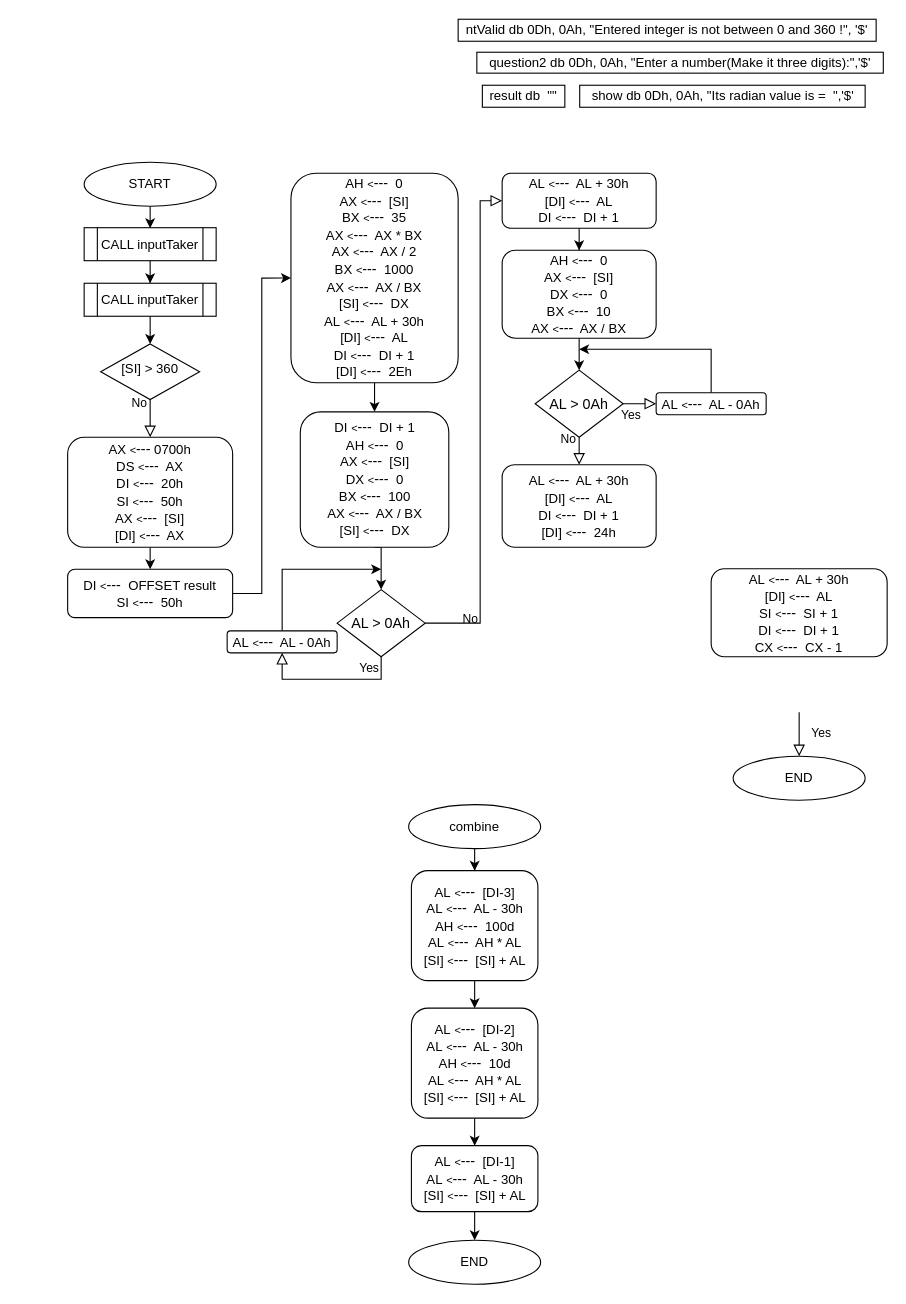
The draw.io diagram finalQ5.drawio in mmuurraatt/My-Projects-On-Github, before the edit. Source tidied: cells renumbered, new cells numbered last; positions are measured from the earlier drawing's top-left corner, leaving out a move shared by most shapes. Both pictures are drawn from the tidied source at 110%, with x=0, y=0 at pixel (67, 19).
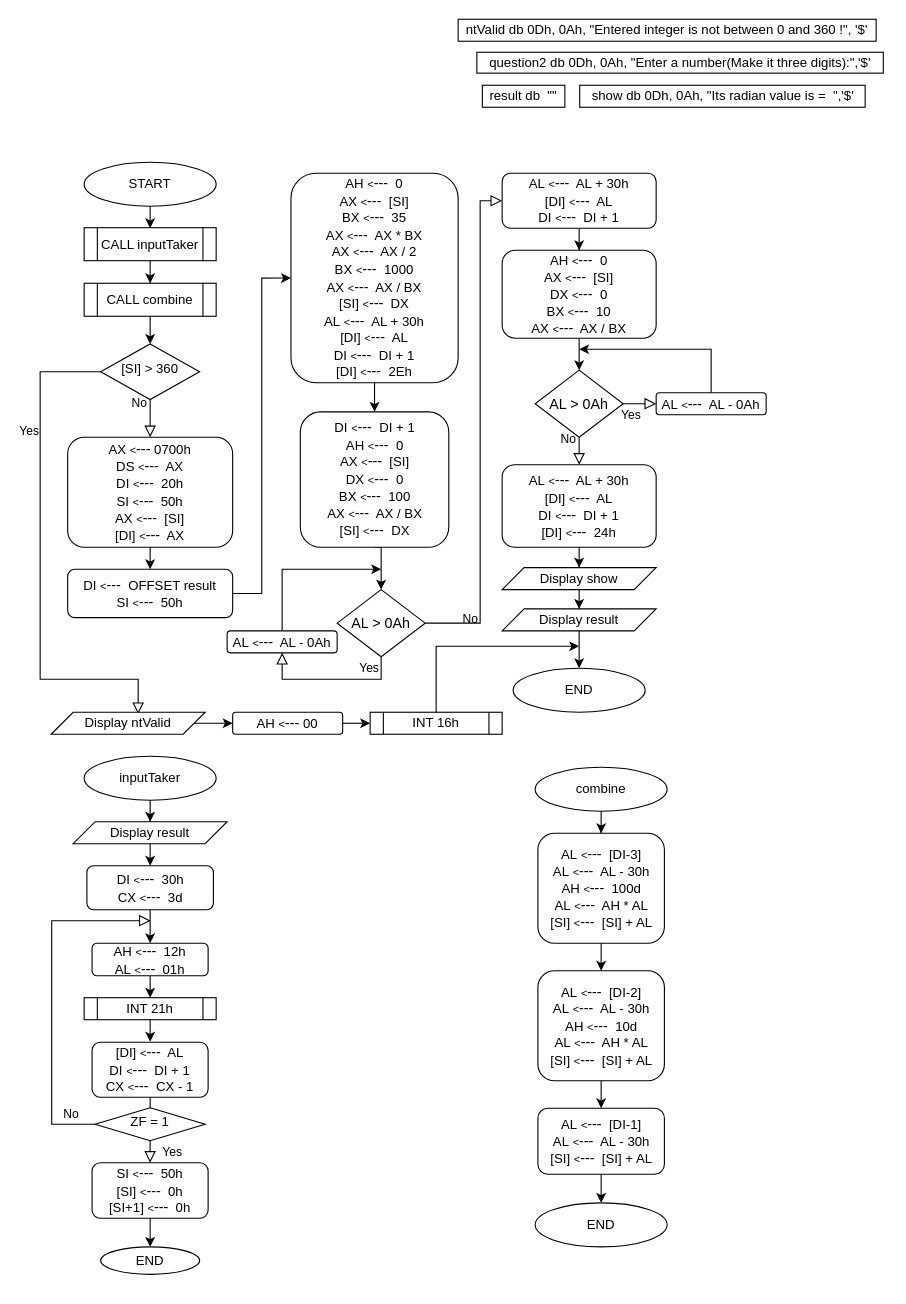
After the change.

Unchanged cells that the change refers to:
```xml
<mxCell id="5" value="[SI] &amp;gt; 360" style="rhombus;whiteSpace=wrap;html=1;shadow=0;fontFamily=Helvetica;fontSize=12;align=center;strokeWidth=1;spacing=6;spacingTop=-4;" parent="1" vertex="1">
  <mxGeometry x="30" y="295.2" width="90" height="50.5" as="geometry" />
</mxCell>
<mxCell id="51" value="&lt;span style=&quot;font-size: 12px&quot;&gt;AL&amp;nbsp;&lt;/span&gt;&lt;font style=&quot;font-size: 10px&quot;&gt;&amp;lt;&lt;/font&gt;&lt;font&gt;---&lt;/font&gt;&lt;span style=&quot;font-size: 12px&quot;&gt;&amp;nbsp; AL + 30h&lt;/span&gt;&lt;br style=&quot;font-size: 12px&quot;&gt;&lt;span style=&quot;font-size: 12px&quot;&gt;[DI]&amp;nbsp;&lt;/span&gt;&lt;font style=&quot;font-size: 10px&quot;&gt;&amp;lt;&lt;/font&gt;&lt;font&gt;---&lt;/font&gt;&lt;span style=&quot;font-size: 12px&quot;&gt;&amp;nbsp; AL&lt;/span&gt;&lt;br style=&quot;font-size: 12px&quot;&gt;&lt;span style=&quot;font-size: 12px&quot;&gt;DI&amp;nbsp;&lt;/span&gt;&lt;font style=&quot;font-size: 10px&quot;&gt;&amp;lt;&lt;/font&gt;&lt;font&gt;---&lt;/font&gt;&lt;span style=&quot;font-size: 12px&quot;&gt;&amp;nbsp; DI + 1&lt;br&gt;&lt;/span&gt;&lt;span style=&quot;font-size: 12px;&quot;&gt;[DI]&amp;nbsp;&lt;/span&gt;&lt;font style=&quot;font-size: 10px;&quot;&gt;&amp;lt;&lt;/font&gt;---&lt;span style=&quot;font-size: 12px;&quot;&gt;&amp;nbsp; 24h&lt;/span&gt;&lt;span style=&quot;font-size: 12px&quot;&gt;&lt;br&gt;&lt;/span&gt;" style="rounded=1;whiteSpace=wrap;html=1;fontSize=13;" parent="1" vertex="1">
  <mxGeometry x="395" y="405" width="140" height="75" as="geometry" />
</mxCell>
```

Change to the diagram source:
```diff
@@
     <mxCell id="11" value="END" style="ellipse;whiteSpace=wrap;html=1;" parent="1" vertex="1">
-      <mxGeometry x="605" y="670" width="120" height="40" as="geometry" />
+      <mxGeometry x="405" y="590" width="120" height="40" as="geometry" />
     </mxCell>
@@
     <mxCell id="17" style="edgeStyle=orthogonalEdgeStyle;rounded=0;orthogonalLoop=1;jettySize=auto;html=1;exitX=0.5;exitY=1;exitDx=0;exitDy=0;fontSize=9;" parent="1" edge="1">
       <mxGeometry relative="1" as="geometry">
-        <mxPoint x="90" y="701.1" as="sourcePoint" />
-        <mxPoint x="90" y="701.1" as="targetPoint" />
+        <mxPoint x="30.5" y="680.6" as="sourcePoint" />
+        <mxPoint x="30.5" y="680.6" as="targetPoint" />
       </mxGeometry>
     </mxCell>
@@
-    <mxCell id="22" value="&lt;span style=&quot;font-size: 12px&quot;&gt;AL&amp;nbsp;&lt;/span&gt;&lt;font style=&quot;font-size: 10px&quot;&gt;&amp;lt;&lt;/font&gt;&lt;font&gt;---&lt;/font&gt;&lt;span style=&quot;font-size: 12px&quot;&gt;&amp;nbsp; AL + 30h&lt;/span&gt;&lt;br style=&quot;font-size: 12px&quot;&gt;&lt;span style=&quot;font-size: 12px&quot;&gt;[DI]&amp;nbsp;&lt;/span&gt;&lt;font style=&quot;font-size: 10px&quot;&gt;&amp;lt;&lt;/font&gt;&lt;font&gt;---&lt;/font&gt;&lt;span style=&quot;font-size: 12px&quot;&gt;&amp;nbsp; AL&lt;/span&gt;&lt;br style=&quot;font-size: 12px&quot;&gt;&lt;span style=&quot;font-size: 12px&quot;&gt;SI&amp;nbsp;&lt;/span&gt;&lt;font style=&quot;font-size: 10px&quot;&gt;&amp;lt;&lt;/font&gt;&lt;font&gt;---&lt;/font&gt;&lt;span style=&quot;font-size: 12px&quot;&gt;&amp;nbsp; SI + 1&lt;/span&gt;&lt;br style=&quot;font-size: 12px&quot;&gt;&lt;span style=&quot;font-size: 12px&quot;&gt;DI&amp;nbsp;&lt;/span&gt;&lt;font style=&quot;font-size: 10px&quot;&gt;&amp;lt;&lt;/font&gt;&lt;font&gt;---&lt;/font&gt;&lt;span style=&quot;font-size: 12px&quot;&gt;&amp;nbsp; DI + 1&lt;/span&gt;&lt;br style=&quot;font-size: 12px&quot;&gt;&lt;span style=&quot;font-size: 12px&quot;&gt;CX&amp;nbsp;&lt;/span&gt;&lt;font style=&quot;font-size: 10px&quot;&gt;&amp;lt;&lt;/font&gt;&lt;font&gt;---&lt;/font&gt;&lt;span style=&quot;font-size: 12px&quot;&gt;&amp;nbsp; CX - 1&lt;/span&gt;" style="rounded=1;whiteSpace=wrap;html=1;fontSize=13;" parent="1" vertex="1">
-      <mxGeometry x="585" y="499.5" width="160" height="80" as="geometry" />
-    </mxCell>
-    <mxCell id="23" value="Yes" style="rounded=0;html=1;jettySize=auto;fontSize=11;endArrow=block;endFill=0;endSize=8;strokeWidth=1;shadow=0;labelBackgroundColor=none;edgeStyle=orthogonalEdgeStyle;entryX=0.5;entryY=0;entryDx=0;entryDy=0;exitX=0.5;exitY=1;exitDx=0;exitDy=0;" parent="1" edge="1" target="11">
-      <mxGeometry x="-0.03" y="20" relative="1" as="geometry">
-        <mxPoint x="665" y="630" as="sourcePoint" />
-        <Array as="points">
-          <mxPoint x="665" y="660" />
-          <mxPoint x="665" y="660" />
-        </Array>
-      </mxGeometry>
-    </mxCell>
@@
     <mxCell id="25" value="combine" style="ellipse;whiteSpace=wrap;html=1;" parent="1" vertex="1">
-      <mxGeometry x="310" y="714" width="120" height="40" as="geometry" />
+      <mxGeometry x="425" y="680" width="120" height="40" as="geometry" />
     </mxCell>
@@
     <mxCell id="27" value="AL&amp;nbsp;&lt;font style=&quot;font-size: 10px&quot;&gt;&amp;lt;&lt;/font&gt;&lt;font style=&quot;font-size: 13px&quot;&gt;---&lt;/font&gt;&amp;nbsp; [DI-3]&lt;br&gt;AL&amp;nbsp;&lt;font style=&quot;font-size: 10px&quot;&gt;&amp;lt;&lt;/font&gt;&lt;font style=&quot;font-size: 13px&quot;&gt;---&lt;/font&gt;&amp;nbsp; AL - 30h&lt;br&gt;AH&amp;nbsp;&lt;font style=&quot;font-size: 10px&quot;&gt;&amp;lt;&lt;/font&gt;&lt;font style=&quot;font-size: 13px&quot;&gt;---&lt;/font&gt;&amp;nbsp; 100d&lt;br&gt;AL&amp;nbsp;&lt;font style=&quot;font-size: 10px&quot;&gt;&amp;lt;&lt;/font&gt;&lt;font style=&quot;font-size: 13px&quot;&gt;---&lt;/font&gt;&amp;nbsp; AH * AL&lt;br&gt;[SI]&amp;nbsp;&lt;font style=&quot;font-size: 10px&quot;&gt;&amp;lt;&lt;/font&gt;&lt;font style=&quot;font-size: 13px&quot;&gt;---&lt;/font&gt;&amp;nbsp; [SI] + AL" style="rounded=1;whiteSpace=wrap;html=1;fontSize=12;glass=0;strokeWidth=1;shadow=0;" parent="1" vertex="1">
-      <mxGeometry x="312.5" y="774" width="115" height="100" as="geometry" />
+      <mxGeometry x="427.5" y="740" width="115" height="100" as="geometry" />
     </mxCell>
@@
     <mxCell id="29" value="AL&amp;nbsp;&lt;font style=&quot;font-size: 10px&quot;&gt;&amp;lt;&lt;/font&gt;&lt;font style=&quot;font-size: 13px&quot;&gt;---&lt;/font&gt;&amp;nbsp; [DI-2]&lt;br&gt;AL&amp;nbsp;&lt;font style=&quot;font-size: 10px&quot;&gt;&amp;lt;&lt;/font&gt;&lt;font style=&quot;font-size: 13px&quot;&gt;---&lt;/font&gt;&amp;nbsp; AL - 30h&lt;br&gt;AH&amp;nbsp;&lt;font style=&quot;font-size: 10px&quot;&gt;&amp;lt;&lt;/font&gt;&lt;font style=&quot;font-size: 13px&quot;&gt;---&lt;/font&gt;&amp;nbsp; 10d&lt;br&gt;AL&amp;nbsp;&lt;font style=&quot;font-size: 10px&quot;&gt;&amp;lt;&lt;/font&gt;&lt;font style=&quot;font-size: 13px&quot;&gt;---&lt;/font&gt;&amp;nbsp; AH * AL&lt;br&gt;[SI]&amp;nbsp;&lt;font style=&quot;font-size: 10px&quot;&gt;&amp;lt;&lt;/font&gt;&lt;font style=&quot;font-size: 13px&quot;&gt;---&lt;/font&gt;&amp;nbsp; [SI] + AL" style="rounded=1;whiteSpace=wrap;html=1;fontSize=12;glass=0;strokeWidth=1;shadow=0;" parent="1" vertex="1">
-      <mxGeometry x="312.5" y="899" width="115" height="100" as="geometry" />
+      <mxGeometry x="427.5" y="865" width="115" height="100" as="geometry" />
     </mxCell>
@@
     <mxCell id="31" value="AL&amp;nbsp;&lt;font style=&quot;font-size: 10px&quot;&gt;&amp;lt;&lt;/font&gt;&lt;font style=&quot;font-size: 13px&quot;&gt;---&lt;/font&gt;&amp;nbsp; [DI-1]&lt;br&gt;AL&amp;nbsp;&lt;font style=&quot;font-size: 10px&quot;&gt;&amp;lt;&lt;/font&gt;&lt;font style=&quot;font-size: 13px&quot;&gt;---&lt;/font&gt;&amp;nbsp; AL - 30h&lt;br&gt;[SI]&amp;nbsp;&lt;font style=&quot;font-size: 10px&quot;&gt;&amp;lt;&lt;/font&gt;&lt;font style=&quot;font-size: 13px&quot;&gt;---&lt;/font&gt;&amp;nbsp; [SI] + AL" style="rounded=1;whiteSpace=wrap;html=1;fontSize=12;glass=0;strokeWidth=1;shadow=0;" parent="1" vertex="1">
-      <mxGeometry x="312.5" y="1024" width="115" height="60" as="geometry" />
+      <mxGeometry x="427.5" y="990" width="115" height="60" as="geometry" />
     </mxCell>
     <mxCell id="32" value="END" style="ellipse;whiteSpace=wrap;html=1;" parent="1" vertex="1">
-      <mxGeometry x="310" y="1110" width="120" height="40" as="geometry" />
+      <mxGeometry x="425" y="1076" width="120" height="40" as="geometry" />
     </mxCell>
@@
-    <mxCell id="40" value="CALL inputTaker" style="shape=process;whiteSpace=wrap;html=1;backgroundOutline=1;" parent="1" vertex="1">
+    <mxCell id="40" value="CALL combine" style="shape=process;whiteSpace=wrap;html=1;backgroundOutline=1;" parent="1" vertex="1">
       <mxGeometry x="15" y="240" width="120" height="30" as="geometry" />
     </mxCell>
@@
+    <mxCell id="52" style="edgeStyle=orthogonalEdgeStyle;rounded=0;jettySize=auto;html=1;entryX=0.5;entryY=0;entryDx=0;entryDy=0;" parent="1" edge="1" source="51" target="54">
+      <mxGeometry relative="1" as="geometry" />
+    </mxCell>
@@
+    <mxCell id="53" style="edgeStyle=orthogonalEdgeStyle;rounded=0;jettySize=auto;html=1;entryX=0.5;entryY=0;entryDx=0;entryDy=0;" parent="1" edge="1" source="54" target="56">
+      <mxGeometry relative="1" as="geometry" />
+    </mxCell>
+    <mxCell id="54" value="Display show" style="shape=parallelogram;perimeter=parallelogramPerimeter;whiteSpace=wrap;html=1;fixedSize=1;" parent="1" vertex="1">
+      <mxGeometry x="395" y="498.5" width="140" height="20" as="geometry" />
+    </mxCell>
+    <mxCell id="55" style="edgeStyle=orthogonalEdgeStyle;rounded=0;jettySize=auto;html=1;" parent="1" edge="1" source="56" target="11">
+      <mxGeometry relative="1" as="geometry" />
+    </mxCell>
+    <mxCell id="56" value="Display result" style="shape=parallelogram;perimeter=parallelogramPerimeter;whiteSpace=wrap;html=1;fixedSize=1;" parent="1" vertex="1">
+      <mxGeometry x="395" y="536" width="140" height="20" as="geometry" />
+    </mxCell>
+    <mxCell id="57" value="Yes" style="rounded=0;html=1;jettySize=auto;fontSize=11;endArrow=block;endFill=0;endSize=8;strokeWidth=1;shadow=0;labelBackgroundColor=none;edgeStyle=orthogonalEdgeStyle;exitX=0;exitY=0.5;exitDx=0;exitDy=0;entryX=0.565;entryY=0.084;entryDx=0;entryDy=0;entryPerimeter=0;" parent="1" edge="1" source="5" target="63">
+      <mxGeometry x="-0.52" y="-10" relative="1" as="geometry">
+        <Array as="points">
+          <mxPoint x="-25" y="321" />
+          <mxPoint x="-25" y="600" />
+          <mxPoint x="64" y="600" />
+        </Array>
+      </mxGeometry>
+    </mxCell>
+    <mxCell id="58" style="edgeStyle=orthogonalEdgeStyle;rounded=0;jettySize=auto;html=1;" parent="1" edge="1" source="59" target="61">
+      <mxGeometry relative="1" as="geometry">
+        <Array as="points">
+          <mxPoint x="285" y="640" />
+          <mxPoint x="285" y="640" />
+        </Array>
+      </mxGeometry>
+    </mxCell>
+    <mxCell id="59" value="AH&amp;nbsp;&lt;font style=&quot;font-size: 10px&quot;&gt;&amp;lt;&lt;/font&gt;&lt;font style=&quot;font-size: 13px&quot;&gt;---&lt;/font&gt;&amp;nbsp;00" style="rounded=1;whiteSpace=wrap;html=1;fontSize=12;glass=0;strokeWidth=1;shadow=0;" parent="1" vertex="1">
+      <mxGeometry x="150" y="630" width="100" height="20" as="geometry" />
+    </mxCell>
+    <mxCell id="60" style="edgeStyle=orthogonalEdgeStyle;rounded=0;jettySize=auto;html=1;" parent="1" edge="1" source="61">
+      <mxGeometry relative="1" as="geometry">
+        <mxPoint x="465" y="570" as="targetPoint" />
+        <Array as="points">
+          <mxPoint x="335" y="570" />
+        </Array>
+      </mxGeometry>
+    </mxCell>
+    <mxCell id="61" value="INT 16h" style="shape=process;whiteSpace=wrap;html=1;backgroundOutline=1;" parent="1" vertex="1">
+      <mxGeometry x="275" y="630" width="120" height="20" as="geometry" />
+    </mxCell>
+    <mxCell id="62" style="edgeStyle=orthogonalEdgeStyle;rounded=0;jettySize=auto;html=1;" parent="1" edge="1" source="63" target="59">
+      <mxGeometry relative="1" as="geometry" />
+    </mxCell>
+    <mxCell id="63" value="Display ntValid" style="shape=parallelogram;perimeter=parallelogramPerimeter;whiteSpace=wrap;html=1;fixedSize=1;" parent="1" vertex="1">
+      <mxGeometry x="-15" y="630" width="140" height="20" as="geometry" />
+    </mxCell>
+    <mxCell id="64" style="edgeStyle=orthogonalEdgeStyle;rounded=0;jettySize=auto;html=1;entryX=0.5;entryY=0;entryDx=0;entryDy=0;" parent="1" edge="1" source="65" target="81">
+      <mxGeometry relative="1" as="geometry" />
+    </mxCell>
+    <mxCell id="65" value="inputTaker" style="ellipse;whiteSpace=wrap;html=1;" parent="1" vertex="1">
+      <mxGeometry x="15" y="670" width="120" height="40" as="geometry" />
+    </mxCell>
+    <mxCell id="66" style="edgeStyle=orthogonalEdgeStyle;rounded=0;jettySize=auto;html=1;" parent="1" edge="1" source="67" target="69">
+      <mxGeometry relative="1" as="geometry" />
+    </mxCell>
+    <mxCell id="67" value="DI&amp;nbsp;&lt;font style=&quot;font-size: 10px&quot;&gt;&amp;lt;&lt;/font&gt;&lt;font style=&quot;font-size: 13px&quot;&gt;---&lt;/font&gt;&amp;nbsp; 30h&lt;br&gt;CX&amp;nbsp;&lt;font style=&quot;font-size: 10px&quot;&gt;&amp;lt;&lt;/font&gt;&lt;font style=&quot;font-size: 13px&quot;&gt;---&lt;/font&gt;&amp;nbsp; 3d" style="rounded=1;whiteSpace=wrap;html=1;fontSize=12;glass=0;strokeWidth=1;shadow=0;" parent="1" vertex="1">
+      <mxGeometry x="17.5" y="769.5" width="115" height="40" as="geometry" />
+    </mxCell>
+    <mxCell id="68" style="edgeStyle=orthogonalEdgeStyle;rounded=0;jettySize=auto;html=1;" parent="1" edge="1" source="69" target="71">
+      <mxGeometry relative="1" as="geometry" />
+    </mxCell>
+    <mxCell id="69" value="AH&amp;nbsp;&lt;font style=&quot;font-size: 10px&quot;&gt;&amp;lt;&lt;/font&gt;&lt;font style=&quot;font-size: 13px&quot;&gt;---&lt;/font&gt;&amp;nbsp; 12h&lt;br&gt;AL&amp;nbsp;&lt;font style=&quot;font-size: 10px&quot;&gt;&amp;lt;&lt;/font&gt;&lt;font style=&quot;font-size: 13px&quot;&gt;---&lt;/font&gt;&amp;nbsp; 01h" style="rounded=1;whiteSpace=wrap;html=1;fontSize=12;glass=0;strokeWidth=1;shadow=0;" parent="1" vertex="1">
+      <mxGeometry x="22.2" y="840" width="105.5" height="29.5" as="geometry" />
+    </mxCell>
+    <mxCell id="70" style="edgeStyle=orthogonalEdgeStyle;rounded=0;jettySize=auto;html=1;" parent="1" edge="1" source="71" target="73">
+      <mxGeometry relative="1" as="geometry" />
+    </mxCell>
+    <mxCell id="71" value="INT 21h" style="shape=process;whiteSpace=wrap;html=1;backgroundOutline=1;" parent="1" vertex="1">
+      <mxGeometry x="15" y="889.5" width="120" height="20" as="geometry" />
+    </mxCell>
+    <mxCell id="72" style="edgeStyle=orthogonalEdgeStyle;rounded=0;jettySize=auto;html=1;" parent="1" edge="1" source="73" target="74">
+      <mxGeometry relative="1" as="geometry" />
+    </mxCell>
+    <mxCell id="73" value="[DI]&amp;nbsp;&lt;font style=&quot;font-size: 10px&quot;&gt;&amp;lt;&lt;/font&gt;&lt;font style=&quot;font-size: 13px&quot;&gt;---&lt;/font&gt;&amp;nbsp; AL&lt;br&gt;DI&amp;nbsp;&lt;font style=&quot;font-size: 10px&quot;&gt;&amp;lt;&lt;/font&gt;&lt;font style=&quot;font-size: 13px&quot;&gt;---&lt;/font&gt;&amp;nbsp; DI + 1&lt;br&gt;CX&amp;nbsp;&lt;font style=&quot;font-size: 10px&quot;&gt;&amp;lt;&lt;/font&gt;&lt;font style=&quot;font-size: 13px&quot;&gt;---&lt;/font&gt;&amp;nbsp; CX - 1" style="rounded=1;whiteSpace=wrap;html=1;fontSize=12;glass=0;strokeWidth=1;shadow=0;" parent="1" vertex="1">
+      <mxGeometry x="22.2" y="930" width="105.5" height="50" as="geometry" />
+    </mxCell>
+    <mxCell id="74" value="ZF = 1" style="rhombus;whiteSpace=wrap;html=1;shadow=0;fontFamily=Helvetica;fontSize=12;align=center;strokeWidth=1;spacing=6;spacingTop=-4;" parent="1" vertex="1">
+      <mxGeometry x="25" y="989.5" width="100" height="30" as="geometry" />
+    </mxCell>
+    <mxCell id="75" value="Yes" style="rounded=0;html=1;jettySize=auto;fontSize=11;endArrow=block;endFill=0;endSize=8;strokeWidth=1;shadow=0;labelBackgroundColor=none;edgeStyle=orthogonalEdgeStyle;exitX=0.5;exitY=1;exitDx=0;exitDy=0;entryX=0.5;entryY=0;entryDx=0;entryDy=0;" parent="1" edge="1" source="74" target="78">
+      <mxGeometry y="20" relative="1" as="geometry">
+        <Array as="points">
+          <mxPoint x="75.5" y="1039.5" />
+          <mxPoint x="75.5" y="1064.5" />
+        </Array>
+      </mxGeometry>
+    </mxCell>
+    <mxCell id="76" value="No" style="edgeStyle=orthogonalEdgeStyle;rounded=0;html=1;jettySize=auto;fontSize=11;endArrow=block;endFill=0;endSize=8;strokeWidth=1;shadow=0;labelBackgroundColor=none;exitX=0;exitY=0.5;exitDx=0;exitDy=0;" parent="1" edge="1" source="74">
+      <mxGeometry x="-0.86" y="-10" relative="1" as="geometry">
+        <mxPoint x="75.5" y="819.5" as="targetPoint" />
+        <Array as="points">
+          <mxPoint x="-14.5" y="1004.5" />
+        </Array>
+      </mxGeometry>
+    </mxCell>
+    <mxCell id="77" style="edgeStyle=orthogonalEdgeStyle;rounded=0;jettySize=auto;html=1;" parent="1" edge="1" source="78" target="79">
+      <mxGeometry relative="1" as="geometry" />
+    </mxCell>
+    <mxCell id="78" value="SI&amp;nbsp;&lt;font style=&quot;font-size: 10px&quot;&gt;&amp;lt;&lt;/font&gt;&lt;font style=&quot;font-size: 13px&quot;&gt;---&lt;/font&gt;&amp;nbsp; 50h&lt;br&gt;[SI]&amp;nbsp;&lt;font style=&quot;font-size: 10px&quot;&gt;&amp;lt;&lt;/font&gt;&lt;font style=&quot;font-size: 13px&quot;&gt;---&lt;/font&gt;&amp;nbsp; 0h&lt;br&gt;[SI+1]&amp;nbsp;&lt;font style=&quot;font-size: 10px;&quot;&gt;&amp;lt;&lt;/font&gt;&lt;font style=&quot;font-size: 13px;&quot;&gt;---&lt;/font&gt;&amp;nbsp; 0h" style="rounded=1;whiteSpace=wrap;html=1;fontSize=12;glass=0;strokeWidth=1;shadow=0;" parent="1" vertex="1">
+      <mxGeometry x="22.2" y="1039.5" width="105.5" height="50.5" as="geometry" />
+    </mxCell>
+    <mxCell id="79" value="END" style="ellipse;whiteSpace=wrap;html=1;" parent="1" vertex="1">
+      <mxGeometry x="30" y="1116" width="90" height="25" as="geometry" />
+    </mxCell>
+    <mxCell id="80" style="edgeStyle=orthogonalEdgeStyle;rounded=0;jettySize=auto;html=1;exitX=0.5;exitY=1;exitDx=0;exitDy=0;entryX=0.5;entryY=0;entryDx=0;entryDy=0;" parent="1" edge="1" source="81" target="67">
+      <mxGeometry relative="1" as="geometry" />
+    </mxCell>
+    <mxCell id="81" value="Display result" style="shape=parallelogram;perimeter=parallelogramPerimeter;whiteSpace=wrap;html=1;fixedSize=1;" parent="1" vertex="1">
+      <mxGeometry x="5" y="729.5" width="140" height="20" as="geometry" />
+    </mxCell>
```
